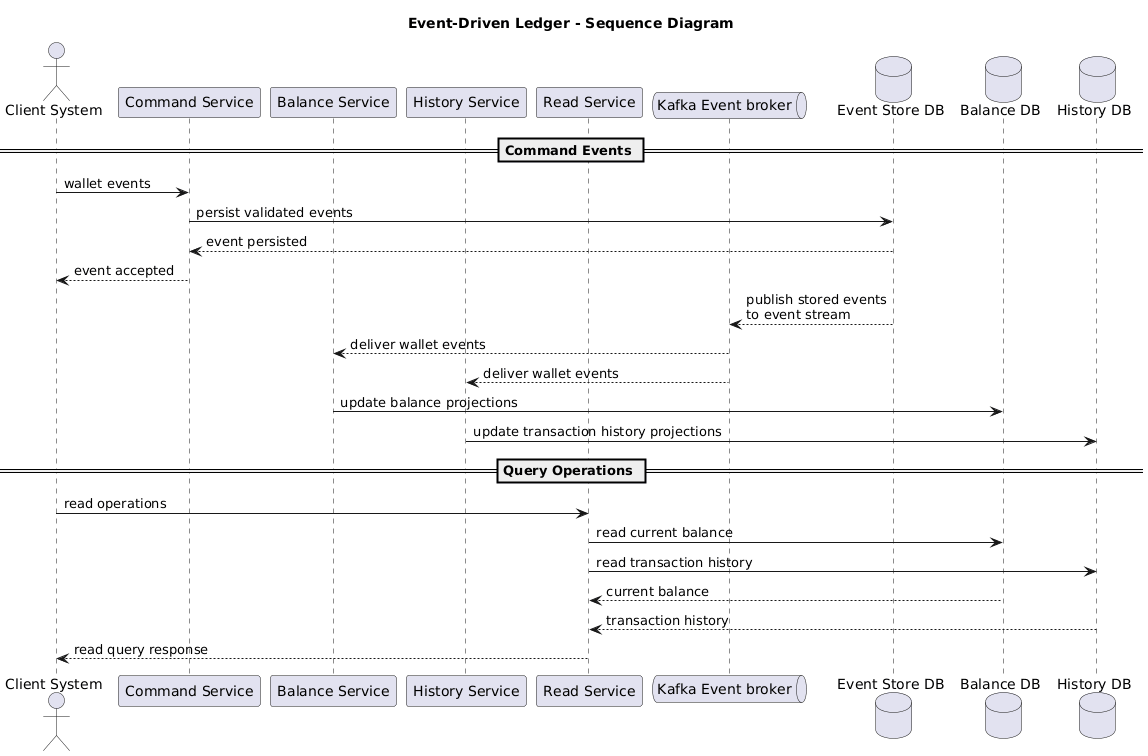
raj-mistry-01/Event-Driven-Ledger keeps this PlantUML diagram as software-docs/architecture and hld/sequence/Sequence_Diagram.png. Above is the earlier version. Its diagram source:
```plantuml
@startuml
title Event-Driven Ledger - Sequence Diagram

actor "Client System" as ac1
participant "Command Service" as cs
participant "Balance Service" as bs
participant "History Service" as hs
participant "Read Service" as rs
queue "Kafka Event broker" as bkr
database "Event Store DB" as db1
database "Balance DB" as db2
database "History DB" as db3


== Command Events ==

ac1 -> cs : wallet events
cs -> db1 : persist validated events
db1 --> cs : event persisted
cs --> ac1 : event accepted

db1 --> bkr : publish stored events\lto event stream
bkr --> bs : deliver wallet events
bkr --> hs : deliver wallet events
bs -> db2 : update balance projections
hs -> db3 : update transaction history projections

== Query Operations ==

ac1 -> rs : read operations

rs -> db2 : read current balance
rs -> db3 : read transaction history

db2 --> rs : current balance
db3 --> rs : transaction history

rs --> ac1 : read query response
@enduml
```
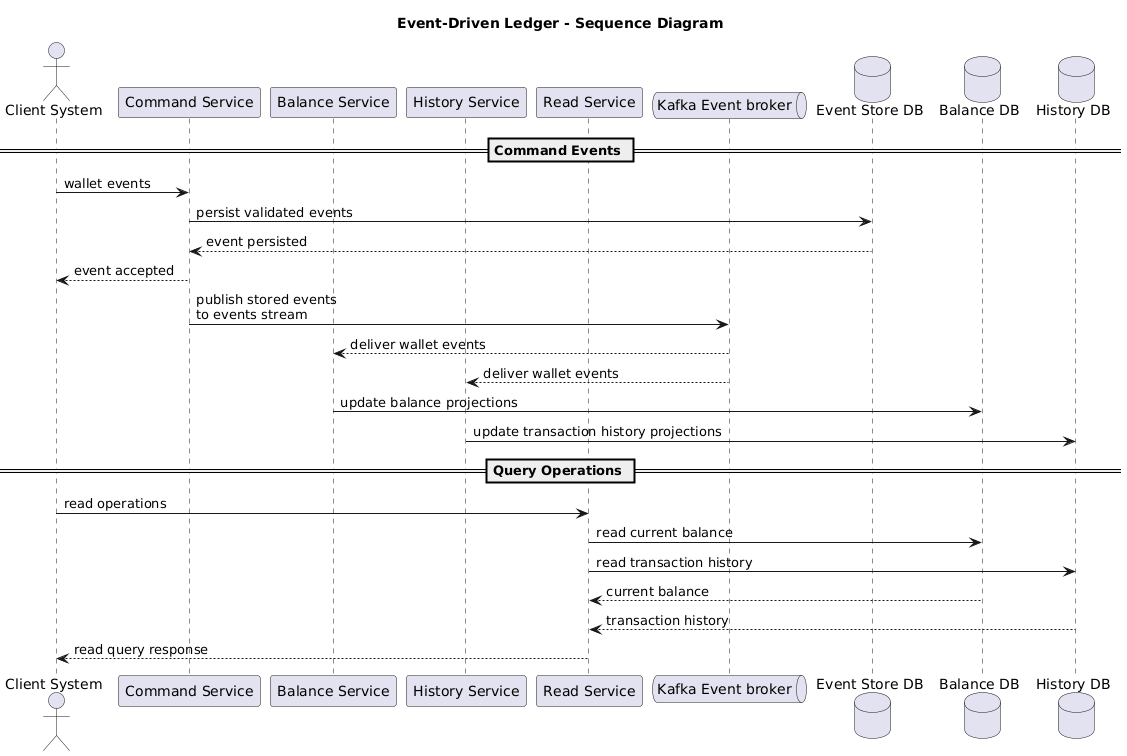
The same file after the commit.

Commit message:
refactored and corrected small mistake in sequence diagram

Diff of the diagram source:
```diff
@@ -18,8 +18,7 @@
 cs -> db1 : persist validated events
 db1 --> cs : event persisted
 cs --> ac1 : event accepted
-
-db1 --> bkr : publish stored events\lto event stream
+cs -> bkr : publish stored events\lto events stream
 bkr --> bs : deliver wallet events
 bkr --> hs : deliver wallet events
 bs -> db2 : update balance projections
```
